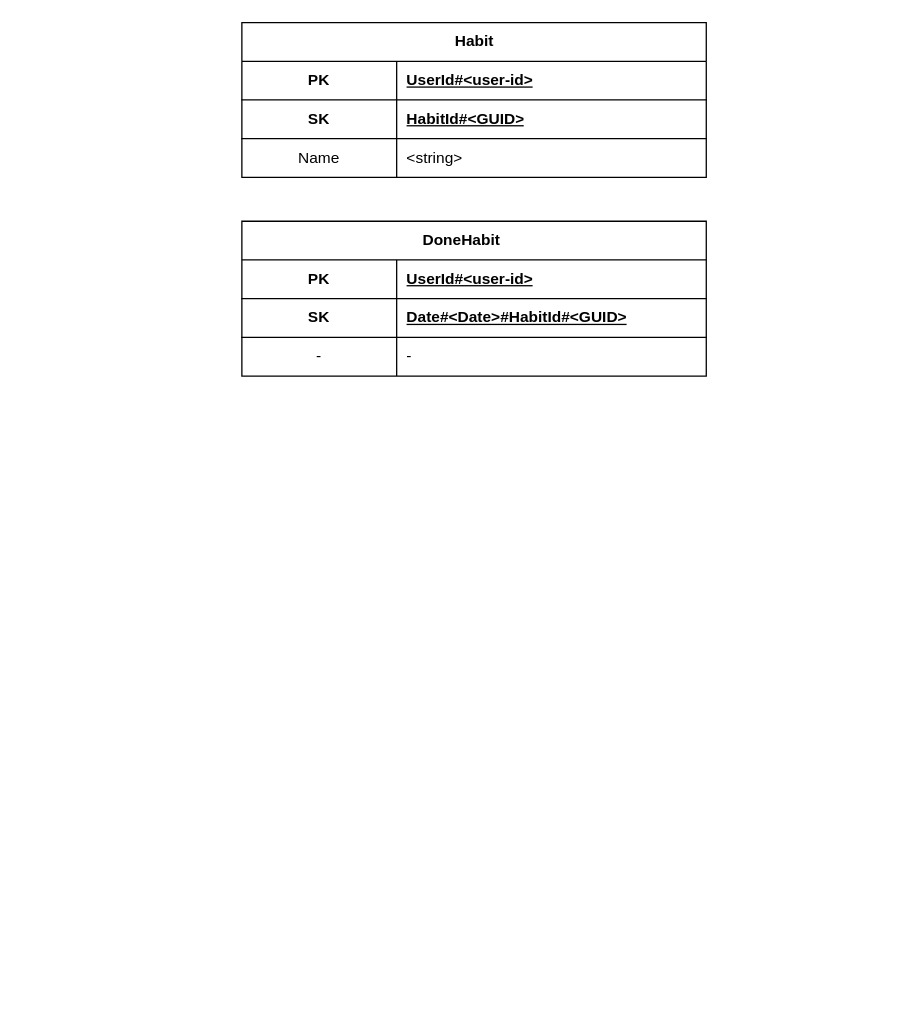
TankSlayer1337/habit-tracker-backend keeps this draw.io diagram as documents/dynamodb-models.drawio. Above is the earlier version. Source tidied: cells renumbered, new cells numbered last; positions are measured from the earlier drawing's top-left corner, leaving out a move shared by most shapes. Both pictures are drawn from the tidied source at 129%, with x=0, y=0 at pixel (241, 22).
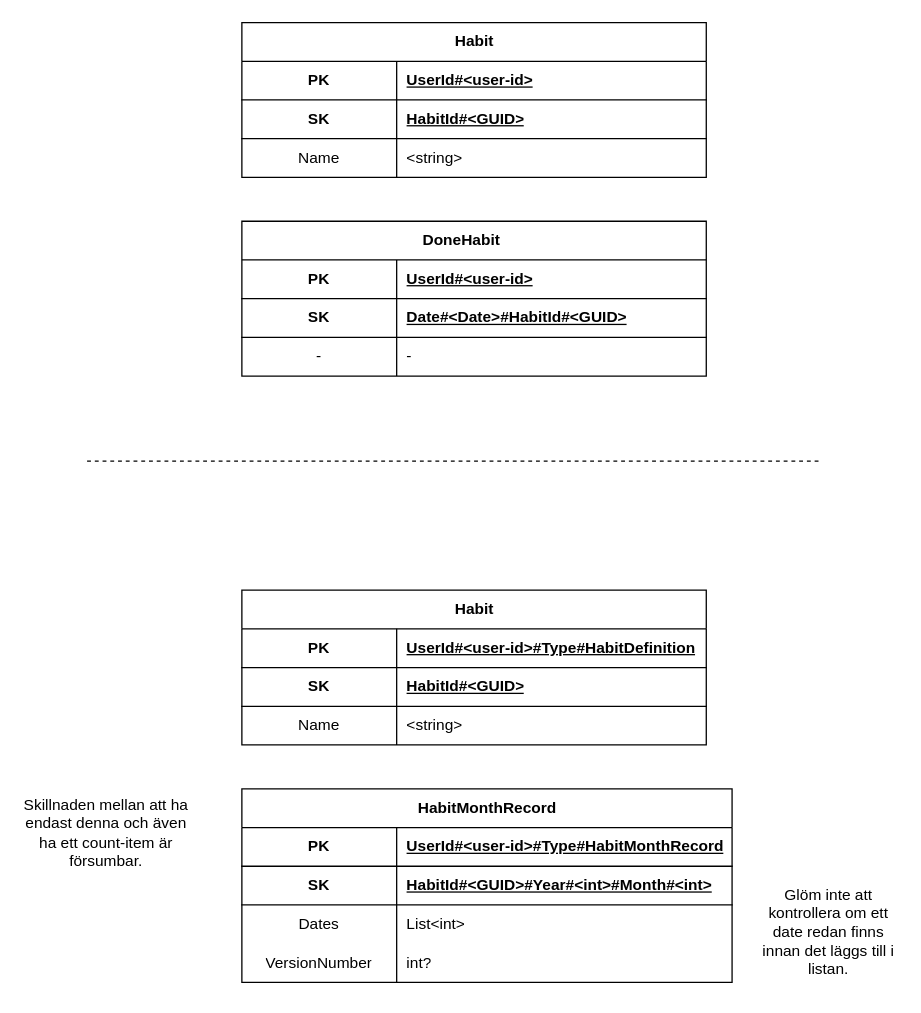
The same diagram, later.

Diff of the diagram source:
```diff
@@
+    <mxCell id="22" style="endArrow=none;dashed=1;html=1;rounded=0;" parent="1" edge="1">
+      <mxGeometry relative="1" as="geometry">
+        <mxPoint x="-120" y="340" as="sourcePoint" />
+        <mxPoint x="450" y="340" as="targetPoint" />
+      </mxGeometry>
+    </mxCell>
+    <mxCell id="23" value="Habit" style="shape=table;startSize=30;childLayout=tableLayout;rowLines=0;fontStyle=1;align=center;html=1;" parent="1" vertex="1">
+      <mxGeometry y="440" width="360" height="120" as="geometry" />
+    </mxCell>
+    <mxCell id="24" style="shape=tableRow;horizontal=0;startSize=0;swimlaneHead=0;swimlaneBody=0;fillColor=none;top=0;left=0;right=0;bottom=1;" parent="23" vertex="1">
+      <mxGeometry y="30" width="360" height="30" as="geometry" />
+    </mxCell>
+    <mxCell id="25" value="PK" style="shape=partialRectangle;fillColor=none;top=0;left=0;bottom=0;right=0;fontStyle=1;overflow=hidden;whiteSpace=wrap;html=1;" parent="24" vertex="1">
+      <mxGeometry width="120" height="30" as="geometry" />
+    </mxCell>
+    <mxCell id="26" value="UserId#&amp;lt;user-id&amp;gt;#Type#HabitDefinition" style="shape=partialRectangle;fillColor=none;top=0;left=0;bottom=0;right=0;align=left;spacingLeft=6;fontStyle=5;overflow=hidden;whiteSpace=wrap;html=1;" parent="24" vertex="1">
+      <mxGeometry x="120" width="240" height="30" as="geometry" />
+    </mxCell>
+    <mxCell id="27" style="shape=tableRow;horizontal=0;startSize=0;swimlaneHead=0;swimlaneBody=0;fillColor=none;top=0;left=0;right=0;bottom=1;" parent="23" vertex="1">
+      <mxGeometry y="60" width="360" height="30" as="geometry" />
+    </mxCell>
+    <mxCell id="28" value="SK" style="shape=partialRectangle;fillColor=none;top=0;left=0;bottom=0;right=0;fontStyle=1;overflow=hidden;whiteSpace=wrap;html=1;" parent="27" vertex="1">
+      <mxGeometry width="120" height="30" as="geometry" />
+    </mxCell>
+    <mxCell id="29" value="HabitId#&amp;lt;GUID&amp;gt;" style="shape=partialRectangle;fillColor=none;top=0;left=0;bottom=0;right=0;align=left;spacingLeft=6;fontStyle=5;overflow=hidden;whiteSpace=wrap;html=1;" parent="27" vertex="1">
+      <mxGeometry x="120" width="240" height="30" as="geometry" />
+    </mxCell>
+    <mxCell id="30" style="shape=tableRow;horizontal=0;startSize=0;swimlaneHead=0;swimlaneBody=0;fillColor=none;top=0;left=0;right=0;bottom=0;" parent="23" vertex="1">
+      <mxGeometry y="90" width="360" height="30" as="geometry" />
+    </mxCell>
+    <mxCell id="31" value="Name" style="shape=partialRectangle;fillColor=none;top=0;left=0;bottom=0;right=0;overflow=hidden;whiteSpace=wrap;html=1;" parent="30" vertex="1">
+      <mxGeometry width="120" height="30" as="geometry" />
+    </mxCell>
+    <mxCell id="32" value="&amp;lt;string&amp;gt;" style="shape=partialRectangle;fillColor=none;top=0;left=0;bottom=0;right=0;align=left;spacingLeft=6;overflow=hidden;whiteSpace=wrap;html=1;" parent="30" vertex="1">
+      <mxGeometry x="120" width="240" height="30" as="geometry" />
+    </mxCell>
+    <mxCell id="33" value="HabitMonthRecord" style="shape=table;startSize=30;childLayout=tableLayout;rowLines=0;fontStyle=1;align=center;html=1;" parent="1" vertex="1">
+      <mxGeometry y="594" width="380" height="150" as="geometry" />
+    </mxCell>
+    <mxCell id="34" style="shape=tableRow;horizontal=0;startSize=0;swimlaneHead=0;swimlaneBody=0;fillColor=none;top=0;left=0;right=0;bottom=1;" parent="33" vertex="1">
+      <mxGeometry y="30" width="380" height="30" as="geometry" />
+    </mxCell>
+    <mxCell id="35" value="PK" style="shape=partialRectangle;fillColor=none;top=0;left=0;bottom=0;right=0;fontStyle=1;overflow=hidden;whiteSpace=wrap;html=1;" parent="34" vertex="1">
+      <mxGeometry width="120" height="30" as="geometry" />
+    </mxCell>
+    <mxCell id="36" value="UserId#&amp;lt;user-id&amp;gt;#Type#HabitMonthRecord" style="shape=partialRectangle;fillColor=none;top=0;left=0;bottom=0;right=0;align=left;spacingLeft=6;fontStyle=5;overflow=hidden;whiteSpace=wrap;html=1;" parent="34" vertex="1">
+      <mxGeometry x="120" width="260" height="30" as="geometry" />
+    </mxCell>
+    <mxCell id="37" style="shape=tableRow;horizontal=0;startSize=0;swimlaneHead=0;swimlaneBody=0;fillColor=none;top=0;left=0;right=0;bottom=1;" parent="33" vertex="1">
+      <mxGeometry y="60" width="380" height="30" as="geometry" />
+    </mxCell>
+    <mxCell id="38" value="SK" style="shape=partialRectangle;fillColor=none;top=0;left=0;bottom=0;right=0;fontStyle=1;overflow=hidden;whiteSpace=wrap;html=1;" parent="37" vertex="1">
+      <mxGeometry width="120" height="30" as="geometry" />
+    </mxCell>
+    <mxCell id="39" value="HabitId#&amp;lt;GUID&amp;gt;#Year#&amp;lt;int&amp;gt;#Month#&amp;lt;int&amp;gt;" style="shape=partialRectangle;fillColor=none;top=0;left=0;bottom=0;right=0;align=left;spacingLeft=6;fontStyle=5;overflow=hidden;whiteSpace=wrap;html=1;" parent="37" vertex="1">
+      <mxGeometry x="120" width="260" height="30" as="geometry" />
+    </mxCell>
+    <mxCell id="40" style="shape=tableRow;horizontal=0;startSize=0;swimlaneHead=0;swimlaneBody=0;fillColor=none;top=0;left=0;right=0;bottom=0;" parent="33" vertex="1">
+      <mxGeometry y="90" width="380" height="30" as="geometry" />
+    </mxCell>
+    <mxCell id="41" value="Dates" style="shape=partialRectangle;fillColor=none;top=0;left=0;bottom=0;right=0;overflow=hidden;whiteSpace=wrap;html=1;" parent="40" vertex="1">
+      <mxGeometry width="120" height="30" as="geometry" />
+    </mxCell>
+    <mxCell id="42" value="List&amp;lt;int&amp;gt;" style="shape=partialRectangle;fillColor=none;top=0;left=0;bottom=0;right=0;align=left;spacingLeft=6;overflow=hidden;whiteSpace=wrap;html=1;" parent="40" vertex="1">
+      <mxGeometry x="120" width="260" height="30" as="geometry" />
+    </mxCell>
+    <mxCell id="43" style="shape=tableRow;horizontal=0;startSize=0;swimlaneHead=0;swimlaneBody=0;fillColor=none;top=0;left=0;right=0;bottom=0;" parent="33" vertex="1">
+      <mxGeometry y="120" width="380" height="30" as="geometry" />
+    </mxCell>
+    <mxCell id="44" value="VersionNumber" style="shape=partialRectangle;fillColor=none;top=0;left=0;bottom=0;right=0;overflow=hidden;whiteSpace=wrap;html=1;" parent="43" vertex="1">
+      <mxGeometry width="120" height="30" as="geometry" />
+    </mxCell>
+    <mxCell id="45" value="int?" style="shape=partialRectangle;fillColor=none;top=0;left=0;bottom=0;right=0;align=left;spacingLeft=6;overflow=hidden;whiteSpace=wrap;html=1;" parent="43" vertex="1">
+      <mxGeometry x="120" width="260" height="30" as="geometry" />
+    </mxCell>
+    <mxCell id="46" value="Skillnaden mellan att ha endast denna och även ha ett count-item är försumbar." style="text;html=1;strokeColor=none;fillColor=none;align=center;verticalAlign=middle;whiteSpace=wrap;rounded=0;" parent="1" vertex="1">
+      <mxGeometry x="-170" y="570" width="130" height="116" as="geometry" />
+    </mxCell>
+    <mxCell id="47" value="Glöm inte att kontrollera om ett date redan finns innan det läggs till i listan." style="text;html=1;strokeColor=none;fillColor=none;align=center;verticalAlign=middle;whiteSpace=wrap;rounded=0;" parent="1" vertex="1">
+      <mxGeometry x="400" y="660" width="110" height="90" as="geometry" />
+    </mxCell>
```
